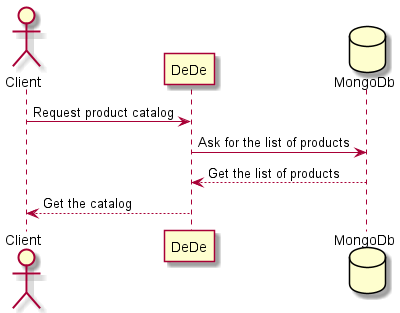
This is images/PresentationOfTheProductCatalog.png from Arquisoft/Arquisoft-dede_es_04a, a PlantUML export, as it was before one commit.
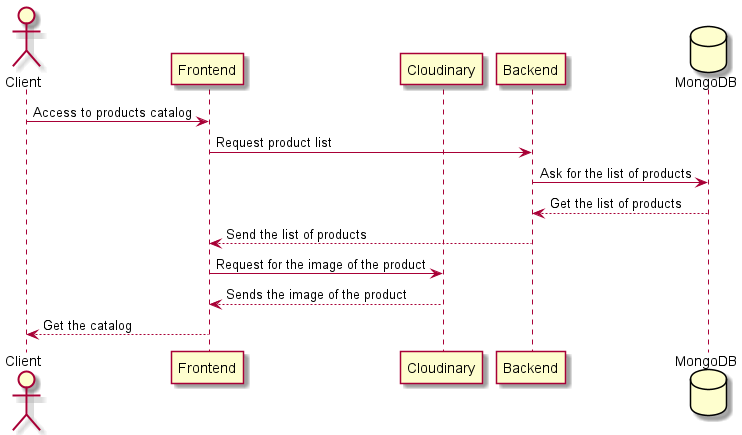
Above is the later version.

Diff of the diagram source:
```diff
@@ -1,9 +1,15 @@
 @startuml
 actor Client
-participant DeDe
-database MongoDb
-Client -> DeDe: Request product catalog
-DeDe -> MongoDb: Ask for the list of products
-MongoDb --> DeDe: Get the list of products
-DeDe --> Client: Get the catalog
+participant Frontend
+participant Cloudinary
+participant Backend
+database MongoDB
+Client -> Frontend: Access to products catalog
+Frontend -> Backend: Request product list
+Backend -> MongoDB: Ask for the list of products
+MongoDB --> Backend: Get the list of products
+Backend --> Frontend: Send the list of products
+Frontend -> Cloudinary: Request for the image of the product
+Cloudinary --> Frontend: Sends the image of the product
+Frontend --> Client: Get the catalog
 @enduml
```
